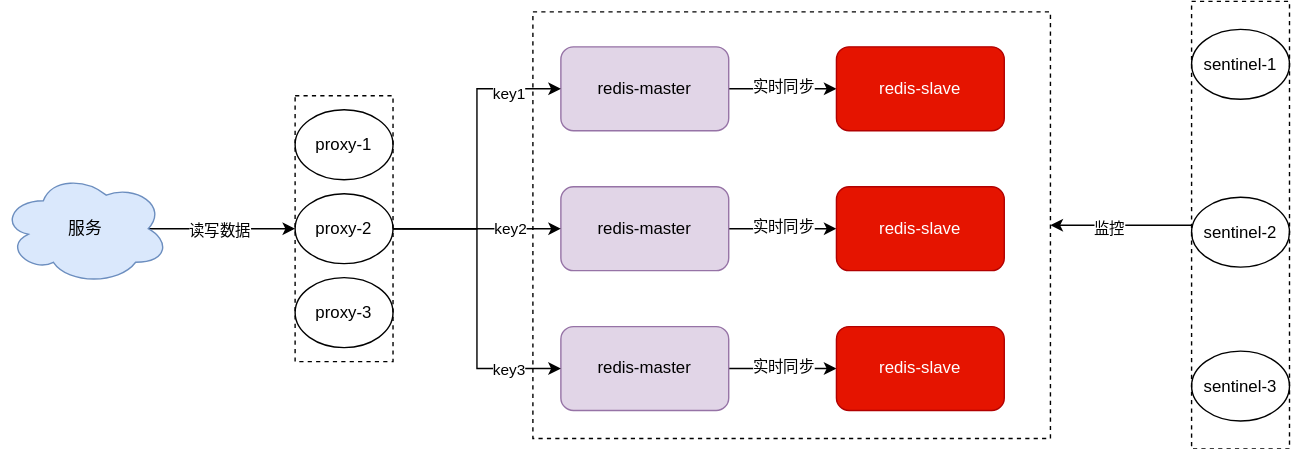
Earlier version of the draw.io export picture/blog/redis/redis-5.svg (LuFudi/LuFudi.github.io). Source tidied: cells renumbered, new cells last; positions are measured from the earlier drawing's top-left corner, leaving out a move shared by most shapes.
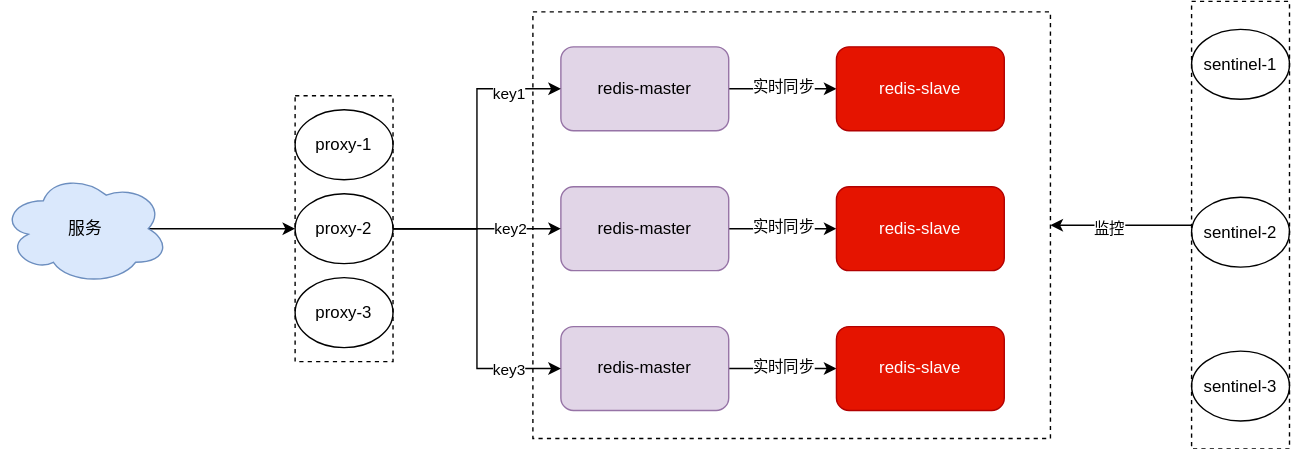
Later version of the same file.

Commit message:
更新redis架构演进

The edit, as a diff of the source:
```diff
@@ -5,7 +5,7 @@
     <mxCell id="2" style="edgeStyle=orthogonalEdgeStyle;rounded=0;jettySize=auto;html=1;exitX=0.875;exitY=0.5;exitDx=0;exitDy=0;exitPerimeter=0;entryX=0;entryY=0.5;entryDx=0;entryDy=0;" parent="1" edge="1" source="4" target="26">
       <mxGeometry relative="1" as="geometry" />
     </mxCell>
-    <mxCell id="3" value="读写数据" style="edgeLabel;html=1;align=center;verticalAlign=middle;" parent="2" vertex="1">
+    <mxCell id="3" value="读写数据" style="edgeLabel;html=1;align=center;verticalAlign=middle;textOpacity=0;" parent="2" vertex="1">
       <mxGeometry x="-0.05" y="-1" relative="1" as="geometry" />
     </mxCell>
     <mxCell id="4" value="服务" style="ellipse;shape=cloud;whiteSpace=wrap;html=1;fillColor=#dae8fc;strokeColor=#6c8ebf;" parent="1" vertex="1">
```
